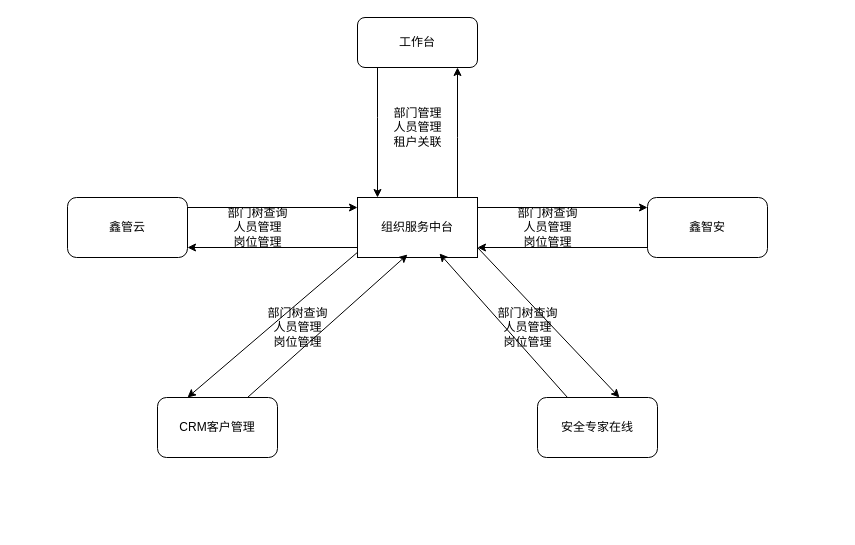
Before: 组织服务系统交互上下文.drawio in Rain-ziyu/img, a draw.io diagram. Source tidied: cells renumbered, new cells numbered last; positions are measured from the earlier drawing's top-left corner, leaving out a move shared by most shapes. Both pictures are drawn from the tidied source at 100%, with x=0, y=0 at pixel (67, 17).
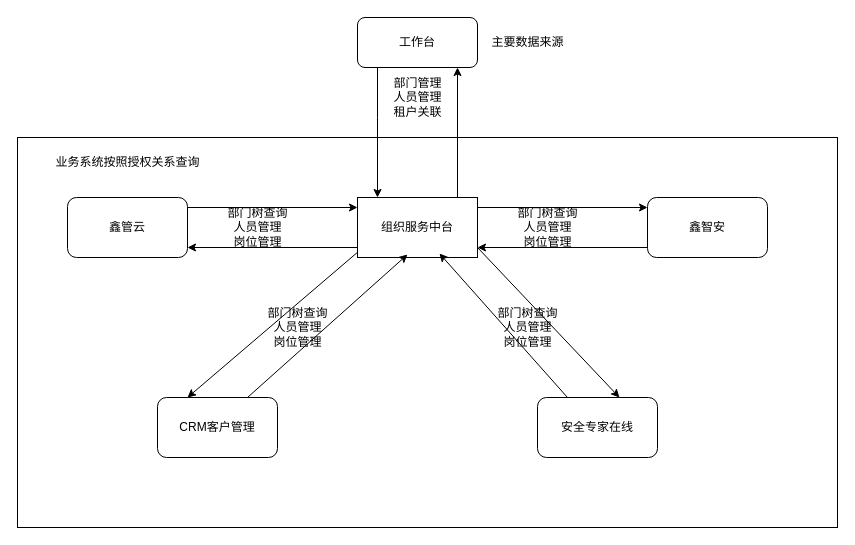
After the change.

Commit message (it also covers changes not shown here):
更新组织服务系统交互上下文.drawio

The edit, as a diff of the source:
```diff
@@
+    <mxCell id="23" style="rounded=0;whiteSpace=wrap;html=1;" parent="1" vertex="1">
+      <mxGeometry x="-50" y="120" width="820" height="390" as="geometry" />
+    </mxCell>
@@
     <mxCell id="10" value="部门管理&lt;div&gt;人员管理&lt;/div&gt;&lt;div&gt;租户关联&lt;/div&gt;" style="text;html=1;align=center;verticalAlign=middle;strokeColor=none;fillColor=none;" parent="1" vertex="1">
-      <mxGeometry x="315" y="80" width="70" height="60" as="geometry" />
+      <mxGeometry x="315" y="50" width="70" height="60" as="geometry" />
     </mxCell>
@@
+    <mxCell id="24" value="主要数据来源" style="text;html=1;align=center;verticalAlign=middle;strokeColor=none;fillColor=none;" parent="1" vertex="1">
+      <mxGeometry x="410" y="10" width="100" height="30" as="geometry" />
+    </mxCell>
+    <mxCell id="25" value="业务系统按照授权关系查询" style="text;html=1;align=center;verticalAlign=middle;strokeColor=none;fillColor=none;" parent="1" vertex="1">
+      <mxGeometry x="-25" y="130" width="170" height="30" as="geometry" />
+    </mxCell>
```
